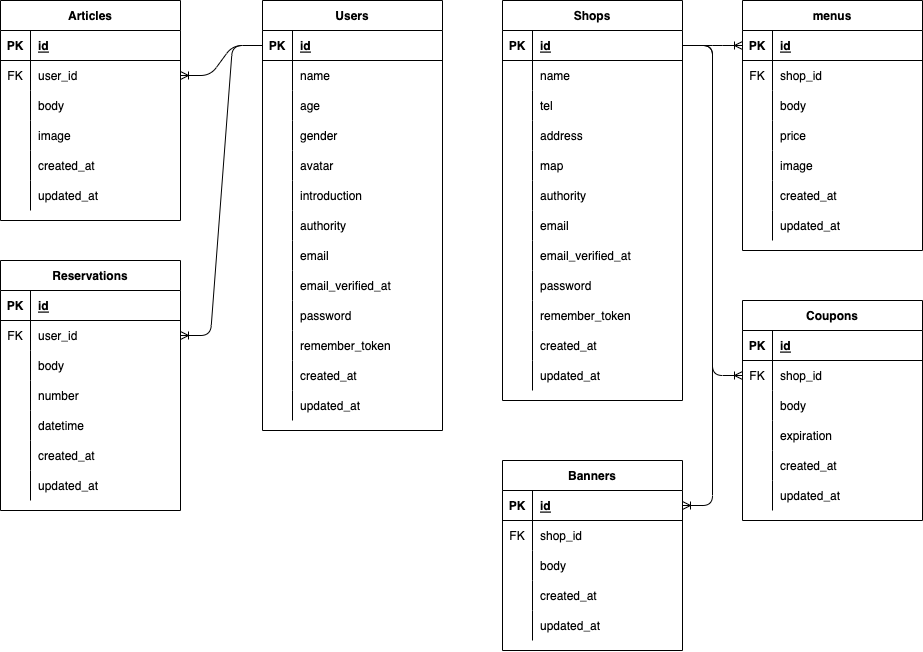
Above: diagram/erd.png in kazumakishimoto/kisilog_kishimoto (draw.io), before the change. Source tidied: cells renumbered, new cells last; positions are measured from the earlier drawing's top-left corner, leaving out a move shared by most shapes.
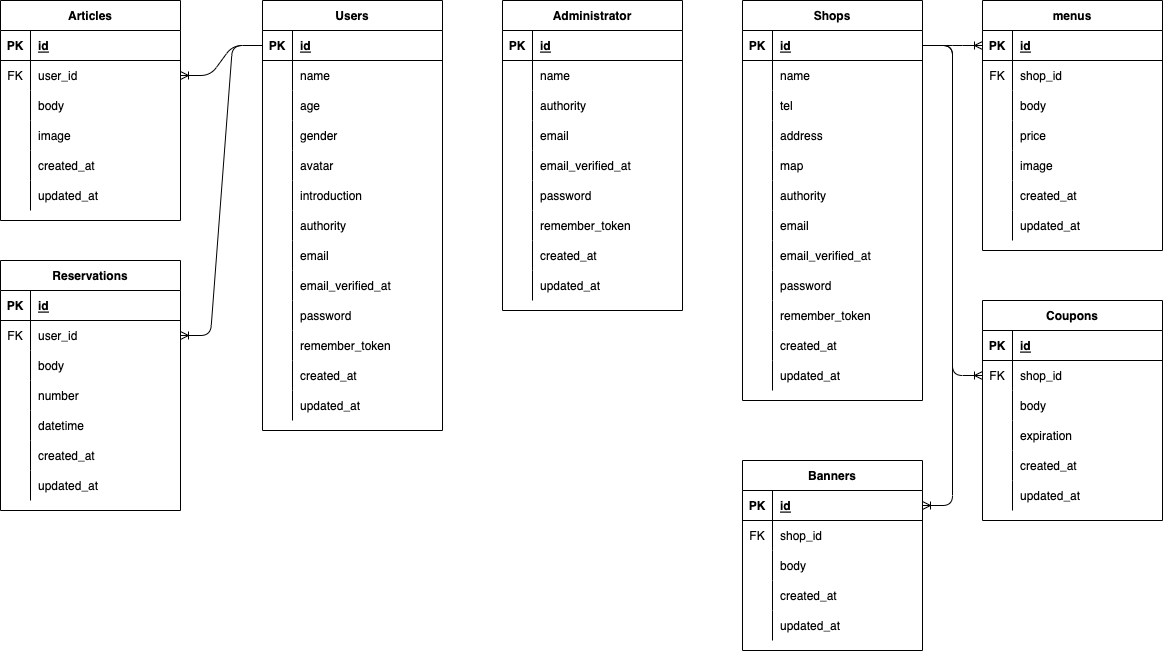
After the change.

Diff of the diagram source:
```diff
@@ -3,7 +3,7 @@
     <mxCell id="0" />
     <mxCell id="1" parent="0" />
     <mxCell id="2" value="Users" style="shape=table;startSize=30;rowLines=0;fontStyle=1;align=center;" parent="1" vertex="1">
-      <mxGeometry x="262" width="180" height="430" as="geometry" />
+      <mxGeometry x="22" width="180" height="430" as="geometry" />
     </mxCell>
     <mxCell id="3" style="shape=partialRectangle;fillColor=none;top=0;left=0;bottom=1;right=0;points=[[0,0.5],[1,0.5]];portConstraint=eastwest;" parent="2" vertex="1">
       <mxGeometry y="30" width="180" height="30" as="geometry" />
@@ -123,7 +123,7 @@
       <mxGeometry x="30" width="150" height="30" as="geometry" />
     </mxCell>
     <mxCell id="42" value="Articles" style="shape=table;startSize=30;rowLines=0;fontStyle=1;align=center;" parent="1" vertex="1">
-      <mxGeometry width="180" height="220" as="geometry" />
+      <mxGeometry x="-240" width="180" height="220" as="geometry" />
     </mxCell>
     <mxCell id="43" style="shape=partialRectangle;fillColor=none;top=0;left=0;bottom=1;right=0;" parent="42" vertex="1">
       <mxGeometry y="30" width="180" height="30" as="geometry" />
@@ -351,7 +351,7 @@
       <mxGeometry x="30" width="150" height="30" as="geometry" />
     </mxCell>
     <mxCell id="118" value="Reservations" style="shape=table;startSize=30;rowLines=0;fontStyle=1;align=center;" parent="1" vertex="1">
-      <mxGeometry y="260" width="180" height="250" as="geometry" />
+      <mxGeometry x="-240" y="260" width="180" height="250" as="geometry" />
     </mxCell>
     <mxCell id="119" style="shape=partialRectangle;fillColor=none;top=0;left=0;bottom=1;right=0;" parent="118" vertex="1">
       <mxGeometry y="30" width="180" height="30" as="geometry" />
@@ -542,5 +542,89 @@
     <mxCell id="181" style="edgeStyle=entityRelationEdgeStyle;fontSize=12;html=1;endArrow=ERoneToMany;entryX=0;entryY=0.5;entryDx=0;entryDy=0;exitX=1;exitY=0.5;exitDx=0;exitDy=0;" parent="1" edge="1" source="63" target="103">
       <mxGeometry relative="1" as="geometry" />
     </mxCell>
+    <mxCell id="182" value="Administrator" style="shape=table;startSize=30;rowLines=0;fontStyle=1;align=center;" parent="1" vertex="1">
+      <mxGeometry x="262" width="180" height="310" as="geometry" />
+    </mxCell>
+    <mxCell id="183" style="shape=partialRectangle;fillColor=none;top=0;left=0;bottom=1;right=0;" parent="182" vertex="1">
+      <mxGeometry y="30" width="180" height="30" as="geometry" />
+    </mxCell>
+    <mxCell id="184" value="PK" style="shape=partialRectangle;fillColor=none;top=0;left=0;bottom=0;right=0;fontStyle=1;overflow=hidden;" parent="183" vertex="1">
+      <mxGeometry width="30" height="30" as="geometry" />
+    </mxCell>
+    <mxCell id="185" value="id" style="shape=partialRectangle;fillColor=none;top=0;left=0;bottom=0;right=0;align=left;spacingLeft=6;fontStyle=5;overflow=hidden;" parent="183" vertex="1">
+      <mxGeometry x="30" width="150" height="30" as="geometry" />
+    </mxCell>
+    <mxCell id="186" style="shape=partialRectangle;fillColor=none;top=0;left=0;bottom=0;right=0;" parent="182" vertex="1">
+      <mxGeometry y="60" width="180" height="30" as="geometry" />
+    </mxCell>
+    <mxCell id="187" style="shape=partialRectangle;fillColor=none;top=0;left=0;bottom=0;right=0;overflow=hidden;" parent="186" vertex="1">
+      <mxGeometry width="30" height="30" as="geometry" />
+    </mxCell>
+    <mxCell id="188" value="name" style="shape=partialRectangle;fillColor=none;top=0;left=0;bottom=0;right=0;align=left;spacingLeft=6;overflow=hidden;" parent="186" vertex="1">
+      <mxGeometry x="30" width="150" height="30" as="geometry" />
+    </mxCell>
+    <mxCell id="189" style="shape=partialRectangle;fillColor=none;top=0;left=0;bottom=0;right=0;" parent="182" vertex="1">
+      <mxGeometry y="90" width="180" height="30" as="geometry" />
+    </mxCell>
+    <mxCell id="190" style="shape=partialRectangle;fillColor=none;top=0;left=0;bottom=0;right=0;overflow=hidden;" parent="189" vertex="1">
+      <mxGeometry width="30" height="30" as="geometry" />
+    </mxCell>
+    <mxCell id="191" value="authority" style="shape=partialRectangle;fillColor=none;top=0;left=0;bottom=0;right=0;align=left;spacingLeft=6;overflow=hidden;" parent="189" vertex="1">
+      <mxGeometry x="30" width="150" height="30" as="geometry" />
+    </mxCell>
+    <mxCell id="192" style="shape=partialRectangle;fillColor=none;top=0;left=0;bottom=0;right=0;" parent="182" vertex="1">
+      <mxGeometry y="120" width="180" height="30" as="geometry" />
+    </mxCell>
+    <mxCell id="193" style="shape=partialRectangle;fillColor=none;top=0;left=0;bottom=0;right=0;overflow=hidden;" parent="192" vertex="1">
+      <mxGeometry width="30" height="30" as="geometry" />
+    </mxCell>
+    <mxCell id="194" value="email" style="shape=partialRectangle;fillColor=none;top=0;left=0;bottom=0;right=0;align=left;spacingLeft=6;overflow=hidden;" parent="192" vertex="1">
+      <mxGeometry x="30" width="150" height="30" as="geometry" />
+    </mxCell>
+    <mxCell id="195" style="shape=partialRectangle;fillColor=none;top=0;left=0;bottom=0;right=0;" parent="182" vertex="1">
+      <mxGeometry y="150" width="180" height="30" as="geometry" />
+    </mxCell>
+    <mxCell id="196" style="shape=partialRectangle;fillColor=none;top=0;left=0;bottom=0;right=0;overflow=hidden;" parent="195" vertex="1">
+      <mxGeometry width="30" height="30" as="geometry" />
+    </mxCell>
+    <mxCell id="197" value="email_verified_at" style="shape=partialRectangle;fillColor=none;top=0;left=0;bottom=0;right=0;align=left;spacingLeft=6;overflow=hidden;" parent="195" vertex="1">
+      <mxGeometry x="30" width="150" height="30" as="geometry" />
+    </mxCell>
+    <mxCell id="198" style="shape=partialRectangle;fillColor=none;top=0;left=0;bottom=0;right=0;" parent="182" vertex="1">
+      <mxGeometry y="180" width="180" height="30" as="geometry" />
+    </mxCell>
+    <mxCell id="199" style="shape=partialRectangle;fillColor=none;top=0;left=0;bottom=0;right=0;overflow=hidden;" parent="198" vertex="1">
+      <mxGeometry width="30" height="30" as="geometry" />
+    </mxCell>
+    <mxCell id="200" value="password" style="shape=partialRectangle;fillColor=none;top=0;left=0;bottom=0;right=0;align=left;spacingLeft=6;overflow=hidden;" parent="198" vertex="1">
+      <mxGeometry x="30" width="150" height="30" as="geometry" />
+    </mxCell>
+    <mxCell id="201" style="shape=partialRectangle;fillColor=none;top=0;left=0;bottom=0;right=0;" parent="182" vertex="1">
+      <mxGeometry y="210" width="180" height="30" as="geometry" />
+    </mxCell>
+    <mxCell id="202" style="shape=partialRectangle;fillColor=none;top=0;left=0;bottom=0;right=0;overflow=hidden;" parent="201" vertex="1">
+      <mxGeometry width="30" height="30" as="geometry" />
+    </mxCell>
+    <mxCell id="203" value="remember_token" style="shape=partialRectangle;fillColor=none;top=0;left=0;bottom=0;right=0;align=left;spacingLeft=6;overflow=hidden;" parent="201" vertex="1">
+      <mxGeometry x="30" width="150" height="30" as="geometry" />
+    </mxCell>
+    <mxCell id="204" style="shape=partialRectangle;fillColor=none;top=0;left=0;bottom=0;right=0;" parent="182" vertex="1">
+      <mxGeometry y="240" width="180" height="30" as="geometry" />
+    </mxCell>
+    <mxCell id="205" style="shape=partialRectangle;fillColor=none;top=0;left=0;bottom=0;right=0;overflow=hidden;" parent="204" vertex="1">
+      <mxGeometry width="30" height="30" as="geometry" />
+    </mxCell>
+    <mxCell id="206" value="created_at" style="shape=partialRectangle;fillColor=none;top=0;left=0;bottom=0;right=0;align=left;spacingLeft=6;overflow=hidden;" parent="204" vertex="1">
+      <mxGeometry x="30" width="150" height="30" as="geometry" />
+    </mxCell>
+    <mxCell id="207" style="shape=partialRectangle;fillColor=none;top=0;left=0;bottom=0;right=0;" parent="182" vertex="1">
+      <mxGeometry y="270" width="180" height="30" as="geometry" />
+    </mxCell>
+    <mxCell id="208" style="shape=partialRectangle;fillColor=none;top=0;left=0;bottom=0;right=0;overflow=hidden;" parent="207" vertex="1">
+      <mxGeometry width="30" height="30" as="geometry" />
+    </mxCell>
+    <mxCell id="209" value="updated_at" style="shape=partialRectangle;fillColor=none;top=0;left=0;bottom=0;right=0;align=left;spacingLeft=6;overflow=hidden;" parent="207" vertex="1">
+      <mxGeometry x="30" width="150" height="30" as="geometry" />
+    </mxCell>
   </root>
 </mxGraphModel>
```
